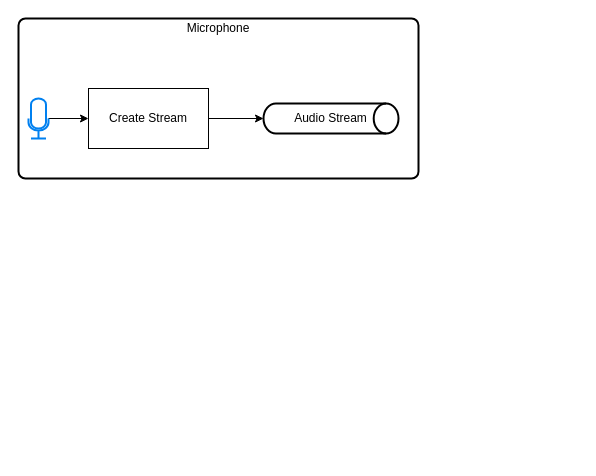
This is Speech to text.drawio from CorpDK/Drawing, a draw.io file, before an edit. Source tidied: cells renumbered, new cells numbered last; positions are measured from the earlier drawing's top-left corner, leaving out a move shared by most shapes. Both pictures are drawn from the tidied source at 100%, with x=0, y=0 at pixel (18, 18).
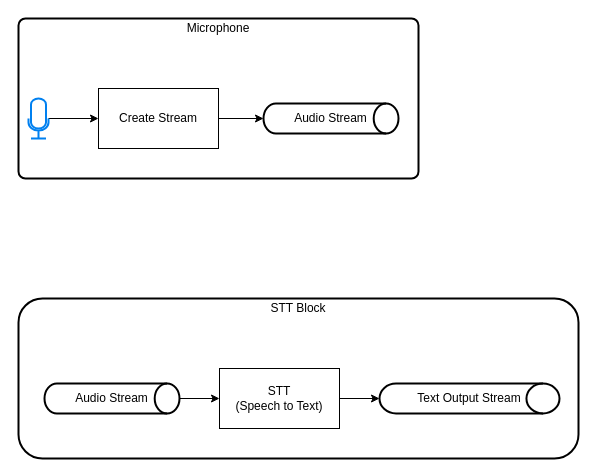
Above is the later version.

Change to the diagram source:
```diff
@@
 <mxGraphModel>
   <root>
     <mxCell id="0" />
     <mxCell id="1" parent="0" />
+    <mxCell id="9" style="rounded=1;whiteSpace=wrap;html=1;strokeWidth=2;" parent="1" vertex="1">
+      <mxGeometry y="280" width="560" height="160" as="geometry" />
+    </mxCell>
     <mxCell id="2" style="rounded=1;whiteSpace=wrap;html=1;absoluteArcSize=1;arcSize=14;strokeWidth=2;" parent="1" vertex="1">
       <mxGeometry width="400" height="160" as="geometry" />
     </mxCell>
     <mxCell id="3" style="edgeStyle=orthogonalEdgeStyle;rounded=0;jettySize=auto;html=1;" parent="1" edge="1" source="4" target="6">
       <mxGeometry relative="1" as="geometry" />
     </mxCell>
     <mxCell id="4" style="html=1;verticalLabelPosition=bottom;align=center;labelBackgroundColor=#ffffff;verticalAlign=top;strokeWidth=2;strokeColor=#0080F0;shadow=0;dashed=0;shape=mxgraph.ios7.icons.microphone;" parent="1" vertex="1">
       <mxGeometry x="10" y="80" width="20" height="40" as="geometry" />
     </mxCell>
     <mxCell id="5" style="edgeStyle=orthogonalEdgeStyle;rounded=0;jettySize=auto;html=1;" parent="1" edge="1" source="6" target="7">
       <mxGeometry relative="1" as="geometry" />
     </mxCell>
     <mxCell id="6" value="Create Stream" style="rounded=0;whiteSpace=wrap;html=1;" parent="1" vertex="1">
-      <mxGeometry x="70" y="70" width="120" height="60" as="geometry" />
+      <mxGeometry x="80" y="70" width="120" height="60" as="geometry" />
     </mxCell>
-    <mxCell id="7" value="Audio Stream" style="strokeWidth=2;html=1;shape=mxgraph.flowchart.direct_data;whiteSpace=wrap;" parent="1" vertex="1">
+    <mxCell id="7" value="Audio Stream" style="strokeWidth=2;html=1;shape=mxgraph.flowchart.direct_data;whiteSpace=wrap;labelPosition=center;verticalLabelPosition=middle;align=center;verticalAlign=middle;" parent="1" vertex="1">
       <mxGeometry x="245" y="85" width="135" height="30" as="geometry" />
     </mxCell>
     <mxCell id="8" value="Microphone" style="text;html=1;strokeColor=none;fillColor=none;align=center;verticalAlign=middle;whiteSpace=wrap;rounded=0;" parent="1" vertex="1">
       <mxGeometry width="400" height="20" as="geometry" />
     </mxCell>
+    <mxCell id="10" value="Text Output Stream" style="strokeWidth=2;html=1;shape=mxgraph.flowchart.direct_data;whiteSpace=wrap;labelPosition=center;verticalLabelPosition=middle;align=center;verticalAlign=middle;" parent="1" vertex="1">
+      <mxGeometry x="361" y="365" width="180" height="30" as="geometry" />
+    </mxCell>
+    <mxCell id="11" style="edgeStyle=orthogonalEdgeStyle;rounded=0;jettySize=auto;html=1;entryX=0;entryY=0.5;entryDx=0;entryDy=0;" parent="1" edge="1" source="12" target="14">
+      <mxGeometry relative="1" as="geometry" />
+    </mxCell>
+    <mxCell id="12" value="Audio Stream" style="strokeWidth=2;html=1;shape=mxgraph.flowchart.direct_data;whiteSpace=wrap;labelPosition=center;verticalLabelPosition=middle;align=center;verticalAlign=middle;" parent="1" vertex="1">
+      <mxGeometry x="26" y="365" width="135" height="30" as="geometry" />
+    </mxCell>
+    <mxCell id="13" style="edgeStyle=orthogonalEdgeStyle;rounded=0;jettySize=auto;html=1;entryX=0;entryY=0.5;entryDx=0;entryDy=0;entryPerimeter=0;" parent="1" edge="1" source="14" target="10">
+      <mxGeometry relative="1" as="geometry" />
+    </mxCell>
+    <mxCell id="14" value="STT&lt;br&gt;(Speech to Text)" style="rounded=0;whiteSpace=wrap;html=1;" parent="1" vertex="1">
+      <mxGeometry x="201" y="350" width="120" height="60" as="geometry" />
+    </mxCell>
+    <mxCell id="15" value="STT Block" style="text;html=1;strokeColor=none;fillColor=none;align=center;verticalAlign=middle;whiteSpace=wrap;rounded=0;" parent="1" vertex="1">
+      <mxGeometry y="280" width="560" height="20" as="geometry" />
+    </mxCell>
   </root>
 </mxGraphModel>
```
